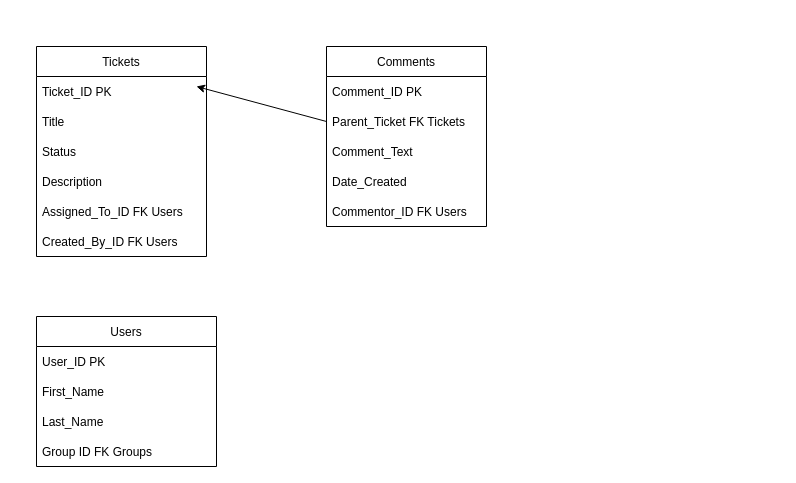
This is Untitled Diagram.drawio from Jrfarl/SeniorProjDiagram, a draw.io file, before an edit. Source tidied: cells renumbered, new cells numbered last; positions are measured from the earlier drawing's top-left corner, leaving out a move shared by most shapes. Both pictures are drawn from the tidied source at 100%, with x=0, y=0 at pixel (36, 46).
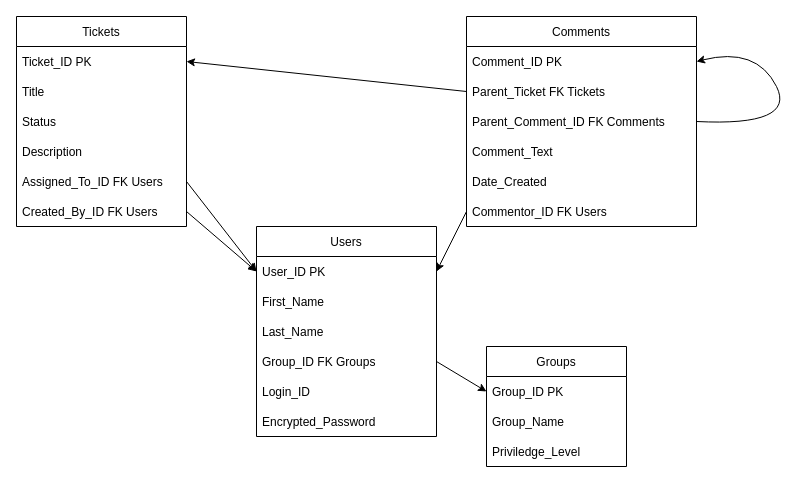
The same diagram, later.

The change refers to these unchanged cells:
```xml
<mxCell id="3" value="Ticket_ID PK" style="text;strokeColor=none;fillColor=none;align=left;verticalAlign=middle;spacingLeft=4;spacingRight=4;overflow=hidden;points=[[0,0.5],[1,0.5]];portConstraint=eastwest;" parent="2" vertex="1">
  <mxGeometry y="30" width="170" height="30" as="geometry" />
</mxCell>
<mxCell id="7" value="Assigned_To_ID FK Users" style="text;strokeColor=none;fillColor=none;align=left;verticalAlign=middle;spacingLeft=4;spacingRight=4;overflow=hidden;points=[[0,0.5],[1,0.5]];portConstraint=eastwest;" parent="2" vertex="1">
  <mxGeometry y="150" width="170" height="30" as="geometry" />
</mxCell>
<mxCell id="8" value="Created_By_ID FK Users" style="text;strokeColor=none;fillColor=none;align=left;verticalAlign=middle;spacingLeft=4;spacingRight=4;overflow=hidden;points=[[0,0.5],[1,0.5]];portConstraint=eastwest;" parent="2" vertex="1">
  <mxGeometry y="180" width="170" height="30" as="geometry" />
</mxCell>
<mxCell id="17" value="User_ID PK" style="text;strokeColor=none;fillColor=none;align=left;verticalAlign=middle;spacingLeft=4;spacingRight=4;overflow=hidden;points=[[0,0.5],[1,0.5]];portConstraint=eastwest;" parent="16" vertex="1">
  <mxGeometry y="30" width="180" height="30" as="geometry" />
</mxCell>
```

Change to the diagram source:
```diff
@@
     <mxCell id="2" value="Tickets" style="swimlane;fontStyle=0;horizontal=1;startSize=30;" parent="1" vertex="1">
-      <mxGeometry width="170" height="210" as="geometry" />
+      <mxGeometry x="-20" y="-30" width="170" height="210" as="geometry" />
     </mxCell>
@@
     <mxCell id="9" value="Comments" style="swimlane;fontStyle=0;horizontal=1;startSize=30;" parent="1" vertex="1">
-      <mxGeometry x="290" width="160" height="180" as="geometry" />
+      <mxGeometry x="430" y="-30" width="230" height="210" as="geometry" />
     </mxCell>
     <mxCell id="10" value="Comment_ID PK" style="text;strokeColor=none;fillColor=none;align=left;verticalAlign=middle;spacingLeft=4;spacingRight=4;overflow=hidden;points=[[0,0.5],[1,0.5]];portConstraint=eastwest;" parent="9" vertex="1">
-      <mxGeometry y="30" width="160" height="30" as="geometry" />
+      <mxGeometry y="30" width="230" height="30" as="geometry" />
     </mxCell>
     <mxCell id="11" value="Parent_Ticket FK Tickets" style="text;strokeColor=none;fillColor=none;align=left;verticalAlign=middle;spacingLeft=4;spacingRight=4;overflow=hidden;points=[[0,0.5],[1,0.5]];portConstraint=eastwest;" parent="9" vertex="1">
-      <mxGeometry y="60" width="160" height="30" as="geometry" />
+      <mxGeometry y="60" width="230" height="30" as="geometry" />
     </mxCell>
+    <mxCell id="21" value="Parent_Comment_ID FK Comments" style="text;strokeColor=none;fillColor=none;align=left;verticalAlign=middle;spacingLeft=4;spacingRight=4;overflow=hidden;points=[[0,0.5],[1,0.5]];portConstraint=eastwest;" parent="9" vertex="1">
+      <mxGeometry y="90" width="230" height="30" as="geometry" />
+    </mxCell>
     <mxCell id="12" value="Comment_Text" style="text;strokeColor=none;fillColor=none;align=left;verticalAlign=middle;spacingLeft=4;spacingRight=4;overflow=hidden;" parent="9" vertex="1">
-      <mxGeometry y="90" width="160" height="30" as="geometry" />
+      <mxGeometry y="120" width="230" height="30" as="geometry" />
     </mxCell>
     <mxCell id="13" value="Date_Created" style="text;strokeColor=none;fillColor=none;align=left;verticalAlign=middle;spacingLeft=4;spacingRight=4;overflow=hidden;" parent="9" vertex="1">
-      <mxGeometry y="120" width="160" height="30" as="geometry" />
+      <mxGeometry y="150" width="230" height="30" as="geometry" />
     </mxCell>
     <mxCell id="14" value="Commentor_ID FK Users" style="text;strokeColor=none;fillColor=none;align=left;verticalAlign=middle;spacingLeft=4;spacingRight=4;overflow=hidden;points=[[0,0.5],[1,0.5]];portConstraint=eastwest;" parent="9" vertex="1">
-      <mxGeometry y="150" width="160" height="30" as="geometry" />
+      <mxGeometry y="180" width="230" height="30" as="geometry" />
     </mxCell>
+    <mxCell id="22" style="curved=1;endArrow=classic;html=1;rounded=0;exitX=1;exitY=0.5;exitDx=0;exitDy=0;entryX=1;entryY=0.5;entryDx=0;entryDy=0;" parent="9" edge="1" source="21" target="10">
+      <mxGeometry relative="1" as="geometry">
+        <Array as="points">
+          <mxPoint x="330" y="110" />
+          <mxPoint x="290" y="30" />
+        </Array>
+      </mxGeometry>
+    </mxCell>
-    <mxCell id="15" style="endArrow=classic;html=1;rounded=0;entryX=0.941;entryY=0.333;entryDx=0;entryDy=0;entryPerimeter=0;exitX=0;exitY=0.5;exitDx=0;exitDy=0;" parent="1" edge="1" source="11" target="3">
+    <mxCell id="15" style="endArrow=classic;html=1;rounded=0;exitX=0;exitY=0.5;exitDx=0;exitDy=0;entryX=1;entryY=0.5;entryDx=0;entryDy=0;" parent="1" edge="1" source="11" target="3">
       <mxGeometry relative="1" as="geometry" />
     </mxCell>
     <mxCell id="16" value="Users" style="swimlane;fontStyle=0;horizontal=1;startSize=30;" parent="1" vertex="1">
-      <mxGeometry y="270" width="180" height="150" as="geometry" />
+      <mxGeometry x="220" y="180" width="180" height="210" as="geometry" />
     </mxCell>
@@
-    <mxCell id="20" value="Group ID FK Groups" style="text;strokeColor=none;fillColor=none;align=left;verticalAlign=middle;spacingLeft=4;spacingRight=4;overflow=hidden;points=[[0,0.5],[1,0.5]];portConstraint=eastwest;" parent="16" vertex="1">
+    <mxCell id="20" value="Group_ID FK Groups" style="text;strokeColor=none;fillColor=none;align=left;verticalAlign=middle;spacingLeft=4;spacingRight=4;overflow=hidden;points=[[0,0.5],[1,0.5]];portConstraint=eastwest;" parent="16" vertex="1">
       <mxGeometry y="120" width="180" height="30" as="geometry" />
     </mxCell>
+    <mxCell id="23" value="Login_ID" style="text;strokeColor=none;fillColor=none;align=left;verticalAlign=middle;spacingLeft=4;spacingRight=4;overflow=hidden;" parent="16" vertex="1">
+      <mxGeometry y="150" width="180" height="30" as="geometry" />
+    </mxCell>
+    <mxCell id="24" value="Encrypted_Password" style="text;strokeColor=none;fillColor=none;align=left;verticalAlign=middle;spacingLeft=4;spacingRight=4;overflow=hidden;" parent="16" vertex="1">
+      <mxGeometry y="180" width="180" height="30" as="geometry" />
+    </mxCell>
+    <mxCell id="25" style="endArrow=classic;html=1;rounded=0;exitX=1;exitY=0.5;exitDx=0;exitDy=0;entryX=0;entryY=0.5;entryDx=0;entryDy=0;" parent="1" edge="1" source="7" target="17">
+      <mxGeometry relative="1" as="geometry" />
+    </mxCell>
+    <mxCell id="26" style="endArrow=classic;html=1;rounded=0;exitX=1;exitY=0.5;exitDx=0;exitDy=0;entryX=0;entryY=0.5;entryDx=0;entryDy=0;" parent="1" edge="1" source="8" target="17">
+      <mxGeometry relative="1" as="geometry" />
+    </mxCell>
+    <mxCell id="27" value="Groups" style="swimlane;fontStyle=0;horizontal=1;startSize=30;" parent="1" vertex="1">
+      <mxGeometry x="450" y="300" width="140" height="120" as="geometry" />
+    </mxCell>
+    <mxCell id="28" value="Group_ID PK" style="text;strokeColor=none;fillColor=none;align=left;verticalAlign=middle;spacingLeft=4;spacingRight=4;overflow=hidden;points=[[0,0.5],[1,0.5]];portConstraint=eastwest;" parent="27" vertex="1">
+      <mxGeometry y="30" width="140" height="30" as="geometry" />
+    </mxCell>
+    <mxCell id="29" value="Group_Name" style="text;strokeColor=none;fillColor=none;align=left;verticalAlign=middle;spacingLeft=4;spacingRight=4;overflow=hidden;" parent="27" vertex="1">
+      <mxGeometry y="60" width="140" height="30" as="geometry" />
+    </mxCell>
+    <mxCell id="30" value="Priviledge_Level" style="text;strokeColor=none;fillColor=none;align=left;verticalAlign=middle;spacingLeft=4;spacingRight=4;overflow=hidden;" parent="27" vertex="1">
+      <mxGeometry y="90" width="140" height="30" as="geometry" />
+    </mxCell>
+    <mxCell id="31" style="endArrow=classic;html=1;rounded=0;exitX=1;exitY=0.5;exitDx=0;exitDy=0;entryX=0;entryY=0.5;entryDx=0;entryDy=0;" parent="1" edge="1" source="20" target="28">
+      <mxGeometry relative="1" as="geometry" />
+    </mxCell>
+    <mxCell id="32" style="endArrow=classic;html=1;rounded=0;exitX=0;exitY=0.5;exitDx=0;exitDy=0;entryX=1;entryY=0.5;entryDx=0;entryDy=0;" parent="1" edge="1" source="14" target="17">
+      <mxGeometry relative="1" as="geometry" />
+    </mxCell>
```
